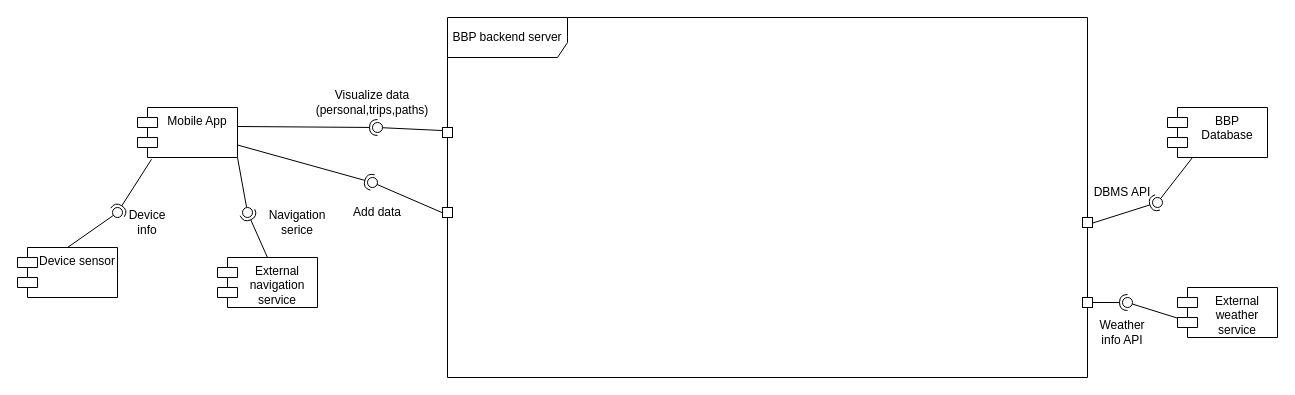
Above: page "High_level_diagram" (1 of 3) of DD/LaTeXCode/images/drawio/Component_diagram.drawio in jacopobellosi/Bellosi-Montanelli-Tempobono (draw.io), before the change. Source tidied: cells renumbered, new cells numbered last; positions are measured from the earlier drawing's top-left corner, leaving out a move shared by most shapes. Both pictures are drawn from the tidied source at 100%, with x=0, y=0 at pixel (17, 17).
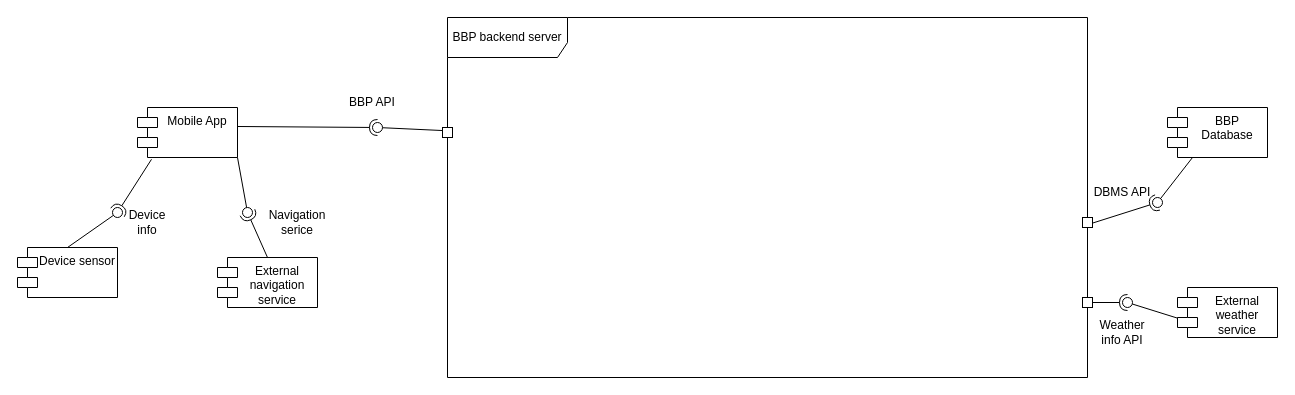
The same page after the edit.

The change refers to these unchanged cells:
```xml
<mxCell id="2" value="Mobile App" style="shape=module;align=left;spacingLeft=20;align=center;verticalAlign=top;whiteSpace=wrap;html=1;" parent="1" vertex="1">
  <mxGeometry x="120" y="90" width="100" height="50" as="geometry" />
</mxCell>
<mxCell id="3" value="BBP backend server" style="shape=umlFrame;whiteSpace=wrap;html=1;width=120;height=40;" parent="1" vertex="1">
  <mxGeometry x="430" width="640" height="360" as="geometry" />
</mxCell>
<mxCell id="30" style="ellipse;whiteSpace=wrap;html=1;align=center;fillColor=none;strokeColor=none;perimeter=centerPerimeter;points=[];outlineConnect=1;" parent="1" vertex="1">
  <mxGeometry x="350" y="160" width="10" height="10" as="geometry" />
</mxCell>
```

The edit, as a diff of the source:
```diff
@@
-    <mxCell id="28" style="rounded=0;jettySize=auto;html=1;endArrow=halfCircle;endFill=0;endSize=6;strokeWidth=1;sketch=0;exitX=1;exitY=0.75;exitDx=0;exitDy=0;" parent="1" edge="1" source="2" target="30">
-      <mxGeometry relative="1" as="geometry" />
-    </mxCell>
-    <mxCell id="29" style="rounded=0;jettySize=auto;html=1;endArrow=oval;endFill=0;sketch=0;sourcePerimeterSpacing=0;targetPerimeterSpacing=0;endSize=10;exitX=0;exitY=0.528;exitDx=0;exitDy=0;exitPerimeter=0;" parent="1" edge="1" source="36" target="30">
-      <mxGeometry relative="1" as="geometry" />
-    </mxCell>
@@
-    <mxCell id="31" value="Visualize data (personal,trips,paths)" style="text;html=1;whiteSpace=wrap;strokeColor=none;fillColor=none;align=center;verticalAlign=middle;rounded=0;" parent="1" vertex="1">
+    <mxCell id="31" value="BBP API" style="text;html=1;whiteSpace=wrap;strokeColor=none;fillColor=none;align=center;verticalAlign=middle;rounded=0;" parent="1" vertex="1">
       <mxGeometry x="275" y="70" width="160" height="30" as="geometry" />
     </mxCell>
-    <mxCell id="32" value="Add data" style="text;html=1;whiteSpace=wrap;strokeColor=none;fillColor=none;align=center;verticalAlign=middle;rounded=0;" parent="1" vertex="1">
-      <mxGeometry x="330" y="190" width="60" height="10" as="geometry" />
-    </mxCell>
@@
-    <mxCell id="35" style="rounded=0;jettySize=auto;html=1;endArrow=oval;endFill=0;sketch=0;sourcePerimeterSpacing=0;targetPerimeterSpacing=0;endSize=10;exitX=0;exitY=0.528;exitDx=0;exitDy=0;exitPerimeter=0;" parent="1" edge="1" source="3" target="36">
-      <mxGeometry relative="1" as="geometry" />
+    <mxCell id="35" style="rounded=0;jettySize=auto;html=1;endArrow=oval;endFill=0;sketch=0;sourcePerimeterSpacing=0;targetPerimeterSpacing=0;endSize=10;exitX=0;exitY=0.528;exitDx=0;exitDy=0;exitPerimeter=0;" parent="1" edge="1" source="3">
+      <mxGeometry relative="1" as="geometry">
+        <mxPoint x="430" y="190" as="targetPoint" />
+      </mxGeometry>
     </mxCell>
-    <mxCell id="36" style="rounded=0;whiteSpace=wrap;html=1;" parent="1" vertex="1">
-      <mxGeometry x="425" y="190" width="10" height="10" as="geometry" />
-    </mxCell>
```
